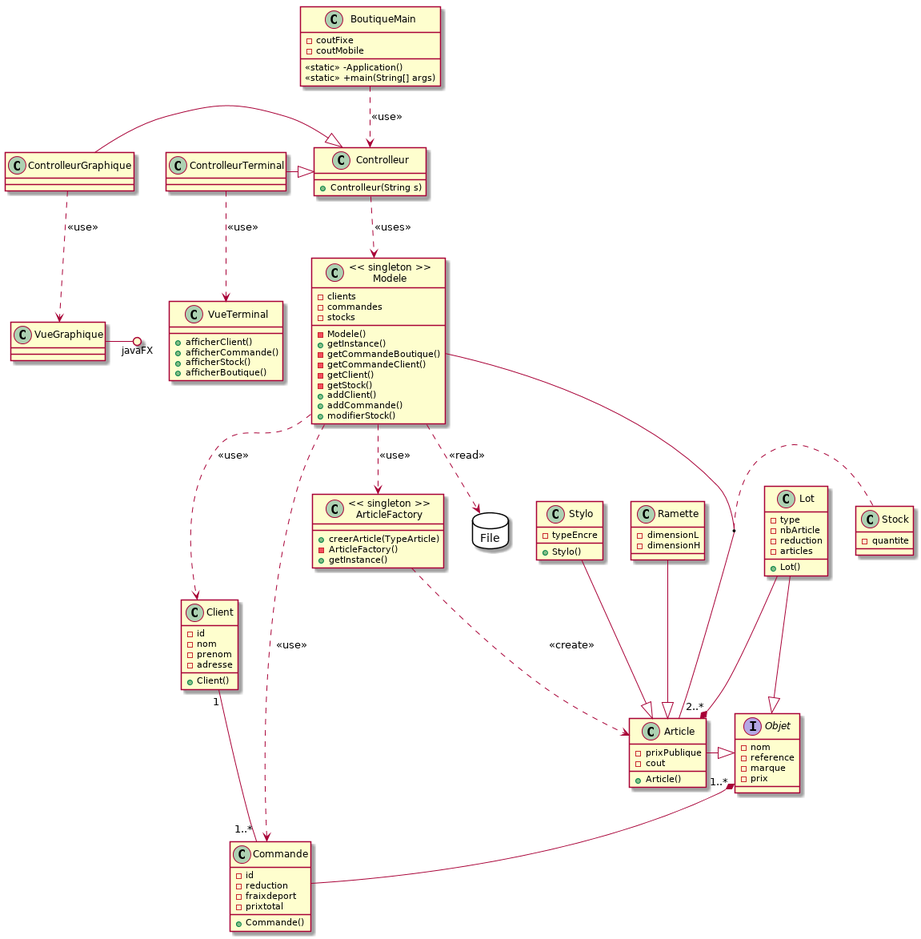
Before: doc/class.png, a diagram exported from PlantUML (Yoanr/GestionBoutique).
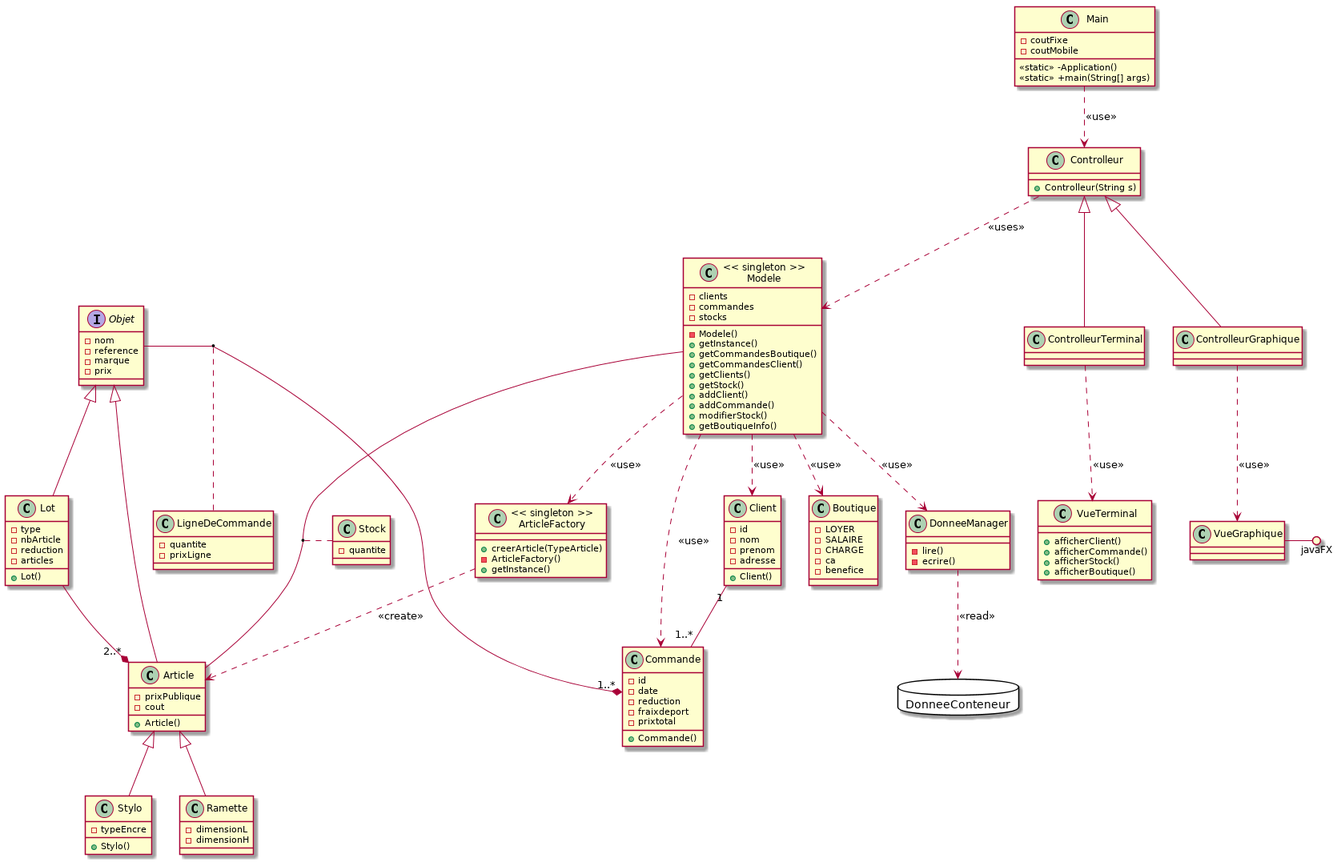
After the change.

Commit message:
Diagramme amelioration

The edit, as a diff of the source:
```diff
@@ -1,6 +1,6 @@
 @startuml
 
-database "File" {
+database "DonneeConteneur" {
 }
 
 class Client {
@@ -14,9 +14,19 @@
 class Commande {
 +Commande()
 -id
+-date
 -reduction
 -fraixdeport
 -prixtotal
+
+}
+
+class Boutique {
+-LOYER
+-SALAIRE
+-CHARGE
+-ca
+-benefice
 
 }
 
@@ -27,7 +37,7 @@
 }
 
 
-class "BoutiqueMain" as Boutique{
+class Main{
 -coutFixe
 -coutMobile
 <<static>> -Application()
@@ -46,6 +56,11 @@
 -reference
 -marque
 -prix
+}
+
+class LigneDeCommande{
+-quantite
+-prixLigne
 }
 
 class Stylo{
@@ -72,16 +87,18 @@
 class "<< singleton >>\nModele" as Modele{
 -Modele()
 +getInstance()
--getCommandeBoutique()
--getCommandeClient()
--getClient()
--getStock()
+-clients
+-commandes
+-stocks
+
++getCommandesBoutique()
++getCommandesClient()
++getClients()
++getStock()
 +addClient()
 +addCommande()
 +modifierStock()
--clients
--commandes
--stocks
++getBoutiqueInfo()
 
 }
 class Controlleur{
@@ -101,27 +118,38 @@
 }
 
 
+class DonneeManager{
+-lire()
+-ecrire()
+}
 
 
-Modele ..> Client : << use >>
-Modele ..> Commande : << use >>
+
+
+
 Client "1" -- "1..*" Commande
-Article -|> Objet
-Lot -|> Objet
+Article -up-|> Objet
+Lot -up-|> Objet
 Lot --* "2..*" Article
-Stylo --|> Article
-Ramette --|> Article
-Objet "1..*" *-- Commande
+Stylo -up-|> Article
+Ramette -up-|> Article
+Objet "1..*" *-left- Commande
+(Objet, Commande) .. LigneDeCommande
 
 ArticleFactory ..> Article : "<< create >>"
 
 Modele  --  Article
 (Modele, Article) .. Stock
 Modele ..> ArticleFactory : "<< use >>"
-Modele ..> File : << read >>
+Modele ..> Boutique : "<< use >>"
+Modele ..> Client : << use >>
+Modele ..> Commande : << use >>
+Modele ..> DonneeManager : << use >>
 
-ControlleurGraphique -|> Controlleur
-ControlleurTerminal -|> Controlleur
+DonneeManager ..> DonneeConteneur : << read >>
+
+ControlleurGraphique -up-|> Controlleur
+ControlleurTerminal -up-|> Controlleur
 
 Controlleur ..> Modele : << uses >>
 
@@ -130,5 +158,5 @@
 VueGraphique -() javaFX
 
 
-Boutique ..> Controlleur : << use >>
+Main ..> Controlleur : << use >>
 @enduml
```
